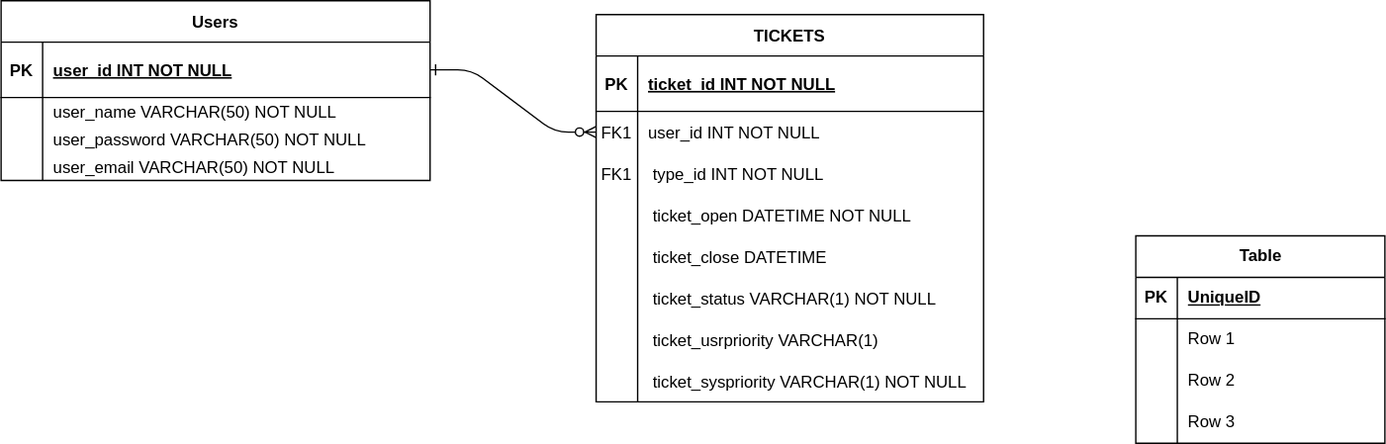
luan-ferreir4/Qhelp-DER keeps this draw.io diagram as DER/Qhelp-DER.drawio.svg. Above is the earlier version. Source tidied: cells renumbered, new cells last; positions are measured from the earlier drawing's top-left corner, leaving out a move shared by most shapes.
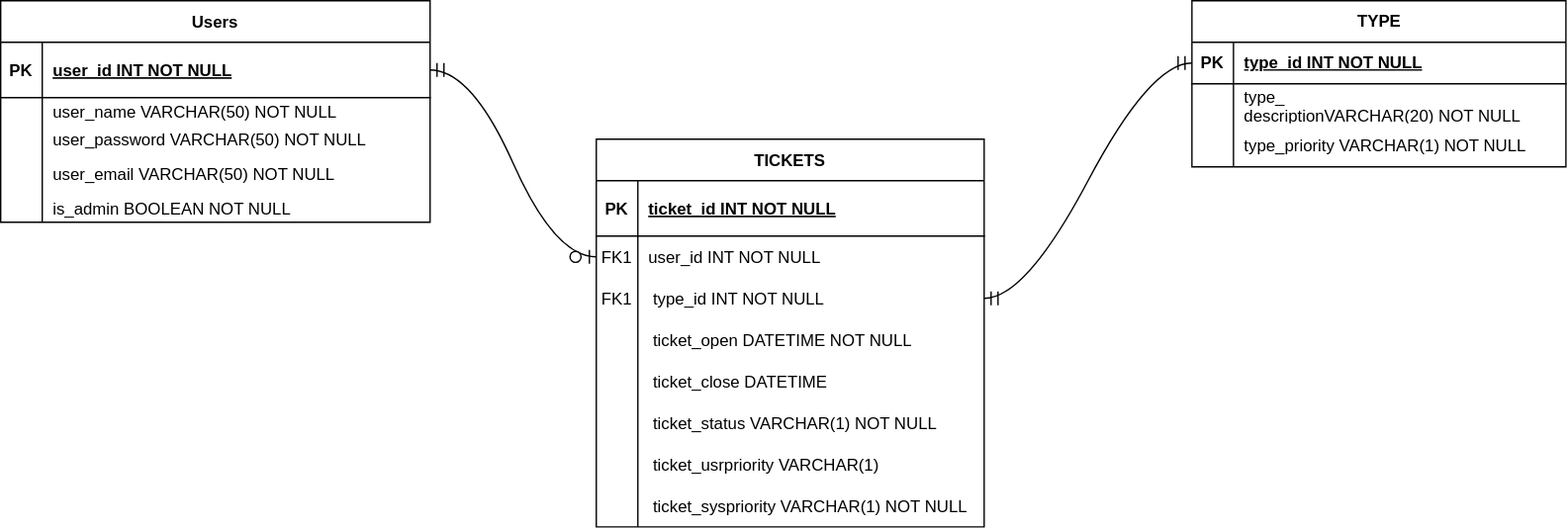
Above is the later version.

Change to the diagram source:
```diff
@@ -2,11 +2,8 @@
   <root>
     <mxCell id="0" />
     <mxCell id="1" parent="0" />
-    <mxCell id="2" style="edgeStyle=entityRelationEdgeStyle;endArrow=ERzeroToMany;startArrow=ERone;endFill=1;startFill=0;exitX=1;exitY=0.5;exitDx=0;exitDy=0;" parent="1" edge="1" source="4" target="20">
-      <mxGeometry relative="1" as="geometry" />
-    </mxCell>
     <mxCell id="3" value="Users" style="shape=table;startSize=30;rowLines=0;fontStyle=1;align=center;" parent="1" vertex="1">
-      <mxGeometry width="310" height="130" as="geometry" />
+      <mxGeometry y="-90" width="310" height="160" as="geometry" />
     </mxCell>
     <mxCell id="4" style="shape=partialRectangle;fillColor=none;points=[[0,0.5],[1,0.5]];portConstraint=eastwest;top=0;left=0;right=0;bottom=1;" parent="3" vertex="1">
       <mxGeometry y="30" width="310" height="40" as="geometry" />
@@ -36,14 +33,23 @@
       <mxGeometry x="30" width="280" height="20" as="geometry" />
     </mxCell>
     <mxCell id="13" style="shape=partialRectangle;fillColor=none;top=0;left=0;right=0;bottom=0;" parent="3" vertex="1">
-      <mxGeometry y="110" width="310" height="20" as="geometry" />
+      <mxGeometry y="110" width="310" height="30" as="geometry" />
     </mxCell>
     <mxCell id="14" style="shape=partialRectangle;overflow=hidden;fillColor=none;top=0;left=0;bottom=0;right=0;" parent="13" vertex="1">
-      <mxGeometry width="30" height="20" as="geometry" />
+      <mxGeometry width="30" height="30" as="geometry" />
     </mxCell>
     <mxCell id="15" value="user_email VARCHAR(50) NOT NULL" style="shape=partialRectangle;overflow=hidden;fillColor=none;top=0;left=0;bottom=0;right=0;align=left;spacingLeft=6;" parent="13" vertex="1">
-      <mxGeometry x="30" width="280" height="20" as="geometry" />
+      <mxGeometry x="30" width="280" height="30" as="geometry" />
     </mxCell>
+    <mxCell id="54" style="shape=partialRectangle;fillColor=none;top=0;left=0;right=0;bottom=0;" parent="3" vertex="1">
+      <mxGeometry y="140" width="310" height="20" as="geometry" />
+    </mxCell>
+    <mxCell id="55" style="shape=partialRectangle;overflow=hidden;fillColor=none;top=0;left=0;bottom=0;right=0;" parent="54" vertex="1">
+      <mxGeometry width="30" height="20" as="geometry" />
+    </mxCell>
+    <mxCell id="56" value="is_admin BOOLEAN NOT NULL" style="shape=partialRectangle;overflow=hidden;fillColor=none;top=0;left=0;bottom=0;right=0;align=left;spacingLeft=6;" parent="54" vertex="1">
+      <mxGeometry x="30" width="280" height="20" as="geometry" />
+    </mxCell>
     <mxCell id="16" value="TICKETS" style="shape=table;startSize=30;rowLines=0;fontStyle=1;align=center;" parent="1" vertex="1">
       <mxGeometry x="430" y="10" width="280" height="280" as="geometry" />
     </mxCell>
@@ -119,44 +125,46 @@
     <mxCell id="40" value=" ticket_syspriority VARCHAR(1) NOT NULL" style="shape=partialRectangle;overflow=hidden;fillColor=none;top=0;left=0;bottom=0;right=0;align=left;spacingLeft=6;" parent="38" vertex="1">
       <mxGeometry x="30" width="250" height="30" as="geometry" />
     </mxCell>
-    <mxCell id="41" value="Table" style="shape=table;startSize=30;rowLines=0;fontStyle=1;align=center;html=1;" parent="1" vertex="1">
-      <mxGeometry x="820" y="170" width="180" height="150" as="geometry" />
+    <mxCell id="41" value="TYPE" style="shape=table;startSize=30;rowLines=0;fontStyle=1;align=center;html=1;" parent="1" vertex="1">
+      <mxGeometry x="860" y="-90" width="270" height="120" as="geometry" />
     </mxCell>
     <mxCell id="42" style="shape=tableRow;horizontal=0;startSize=0;swimlaneHead=0;swimlaneBody=0;fillColor=none;points=[[0,0.5],[1,0.5]];portConstraint=eastwest;top=0;left=0;right=0;bottom=1;" parent="41" vertex="1">
-      <mxGeometry y="30" width="180" height="30" as="geometry" />
+      <mxGeometry y="30" width="270" height="30" as="geometry" />
     </mxCell>
     <mxCell id="43" value="PK" style="shape=partialRectangle;fillColor=none;top=0;left=0;bottom=0;right=0;fontStyle=1;overflow=hidden;whiteSpace=wrap;html=1;" parent="42" vertex="1">
       <mxGeometry width="30" height="30" as="geometry" />
     </mxCell>
-    <mxCell id="44" value="UniqueID" style="shape=partialRectangle;fillColor=none;top=0;left=0;bottom=0;right=0;align=left;spacingLeft=6;fontStyle=5;overflow=hidden;whiteSpace=wrap;html=1;" parent="42" vertex="1">
-      <mxGeometry x="30" width="150" height="30" as="geometry" />
+    <mxCell id="44" value="type_id INT NOT NULL" style="shape=partialRectangle;fillColor=none;top=0;left=0;bottom=0;right=0;align=left;spacingLeft=6;fontStyle=5;overflow=hidden;whiteSpace=wrap;html=1;" parent="42" vertex="1">
+      <mxGeometry x="30" width="240" height="30" as="geometry" />
     </mxCell>
     <mxCell id="45" style="shape=tableRow;horizontal=0;startSize=0;swimlaneHead=0;swimlaneBody=0;fillColor=none;top=0;left=0;right=0;bottom=0;" parent="41" vertex="1">
-      <mxGeometry y="60" width="180" height="30" as="geometry" />
+      <mxGeometry y="60" width="270" height="30" as="geometry" />
     </mxCell>
     <mxCell id="46" style="shape=partialRectangle;fillColor=none;top=0;left=0;bottom=0;right=0;overflow=hidden;whiteSpace=wrap;html=1;" parent="45" vertex="1">
       <mxGeometry width="30" height="30" as="geometry" />
     </mxCell>
-    <mxCell id="47" value="Row 1" style="shape=partialRectangle;fillColor=none;top=0;left=0;bottom=0;right=0;align=left;spacingLeft=6;overflow=hidden;whiteSpace=wrap;html=1;" parent="45" vertex="1">
-      <mxGeometry x="30" width="150" height="30" as="geometry" />
+    <mxCell id="47" value="type_&lt;div class=&quot;PyJv1b gsmt PZPZlf qRofMd&quot;&gt;descriptionVARCHAR(20) NOT NULL&lt;br&gt;&lt;/div&gt;" style="shape=partialRectangle;fillColor=none;top=0;left=0;bottom=0;right=0;align=left;spacingLeft=6;overflow=hidden;whiteSpace=wrap;html=1;" parent="45" vertex="1">
+      <mxGeometry x="30" width="240" height="30" as="geometry" />
     </mxCell>
     <mxCell id="48" style="shape=tableRow;horizontal=0;startSize=0;swimlaneHead=0;swimlaneBody=0;fillColor=none;top=0;left=0;right=0;bottom=0;" parent="41" vertex="1">
-      <mxGeometry y="90" width="180" height="30" as="geometry" />
+      <mxGeometry y="90" width="270" height="30" as="geometry" />
     </mxCell>
     <mxCell id="49" style="shape=partialRectangle;fillColor=none;top=0;left=0;bottom=0;right=0;overflow=hidden;whiteSpace=wrap;html=1;" parent="48" vertex="1">
       <mxGeometry width="30" height="30" as="geometry" />
     </mxCell>
-    <mxCell id="50" value="Row 2" style="shape=partialRectangle;fillColor=none;top=0;left=0;bottom=0;right=0;align=left;spacingLeft=6;overflow=hidden;whiteSpace=wrap;html=1;" parent="48" vertex="1">
-      <mxGeometry x="30" width="150" height="30" as="geometry" />
+    <mxCell id="50" value="type_priority VARCHAR(1) NOT NULL" style="shape=partialRectangle;fillColor=none;top=0;left=0;bottom=0;right=0;align=left;spacingLeft=6;overflow=hidden;whiteSpace=wrap;html=1;" parent="48" vertex="1">
+      <mxGeometry x="30" width="240" height="30" as="geometry" />
     </mxCell>
-    <mxCell id="51" style="shape=tableRow;horizontal=0;startSize=0;swimlaneHead=0;swimlaneBody=0;fillColor=none;top=0;left=0;right=0;bottom=0;" parent="41" vertex="1">
-      <mxGeometry y="120" width="180" height="30" as="geometry" />
-    </mxCell>
-    <mxCell id="52" style="shape=partialRectangle;fillColor=none;top=0;left=0;bottom=0;right=0;overflow=hidden;whiteSpace=wrap;html=1;" parent="51" vertex="1">
-      <mxGeometry width="30" height="30" as="geometry" />
-    </mxCell>
-    <mxCell id="53" value="Row 3" style="shape=partialRectangle;fillColor=none;top=0;left=0;bottom=0;right=0;align=left;spacingLeft=6;overflow=hidden;whiteSpace=wrap;html=1;" parent="51" vertex="1">
-      <mxGeometry x="30" width="150" height="30" as="geometry" />
-    </mxCell>
+    <mxCell id="57" style="edgeStyle=entityRelationEdgeStyle;fontSize=12;html=1;endArrow=ERmandOne;startArrow=ERmandOne;rounded=0;startSize=8;endSize=8;curved=1;entryX=0;entryY=0.5;entryDx=0;entryDy=0;exitX=1;exitY=0.5;exitDx=0;exitDy=0;" parent="1" edge="1" source="23" target="42">
+      <mxGeometry relative="1" as="geometry">
+        <Array as="points">
+          <mxPoint x="810" y="100" />
+          <mxPoint x="820" y="70" />
+        </Array>
+      </mxGeometry>
+    </mxCell>
+    <mxCell id="2" style="edgeStyle=entityRelationEdgeStyle;fontSize=12;html=1;endArrow=ERzeroToOne;startArrow=ERmandOne;rounded=0;startSize=8;endSize=8;curved=1;entryX=0;entryY=0.5;entryDx=0;entryDy=0;exitX=1;exitY=0.5;exitDx=0;exitDy=0;" parent="1" edge="1" source="4" target="20">
+      <mxGeometry relative="1" as="geometry" />
+    </mxCell>
   </root>
 </mxGraphModel>
```
